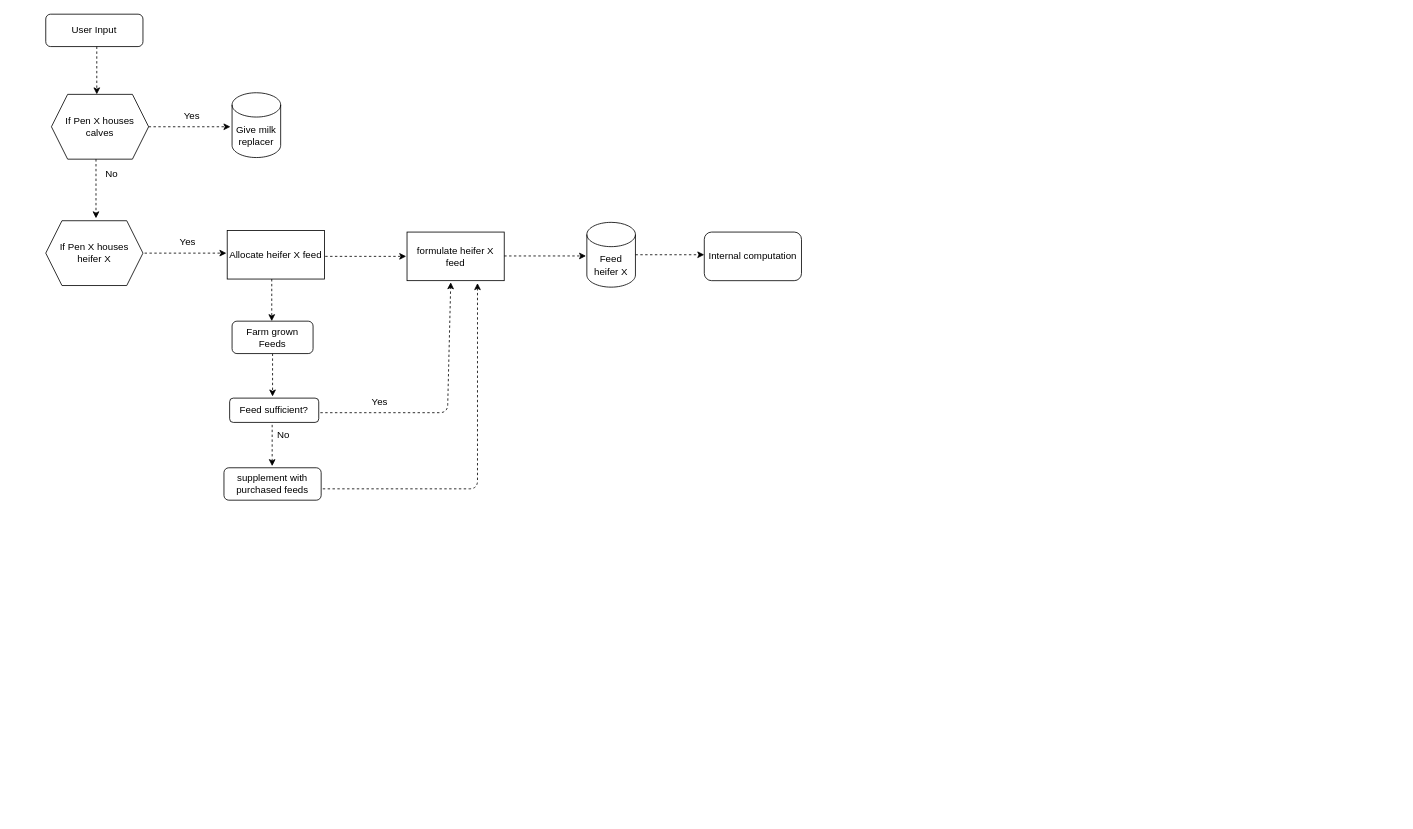
Before: newin.drawio in Victor-Oribamise/AnimalMachineLerning, a draw.io diagram. Source tidied: cells renumbered, new cells numbered last; positions are measured from the earlier drawing's top-left corner, leaving out a move shared by most shapes. Both pictures are drawn from the tidied source at 81%, with x=0, y=0 at pixel (45, 14).
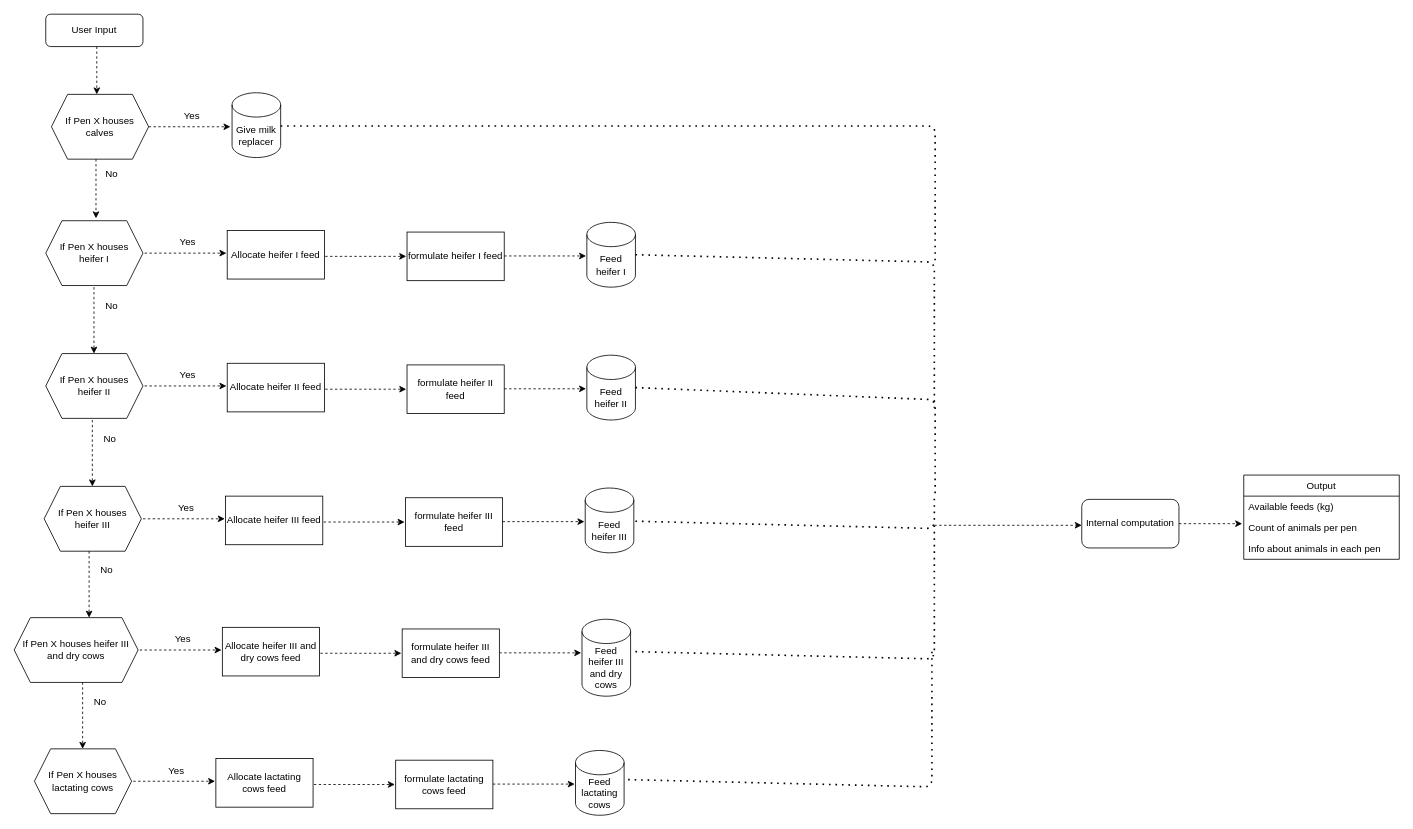
Above is the later version.

What changed in the source:
```diff
@@
-    <mxCell id="10" value="If Pen X houses heifer X" style="shape=hexagon;perimeter=hexagonPerimeter2;whiteSpace=wrap;html=1;fixedSize=1;" parent="1" vertex="1">
+    <mxCell id="10" value="If Pen X houses heifer I" style="shape=hexagon;perimeter=hexagonPerimeter2;whiteSpace=wrap;html=1;fixedSize=1;" parent="1" vertex="1">
       <mxGeometry y="255" width="120" height="80" as="geometry" />
     </mxCell>
@@
-    <mxCell id="13" value="Feed heifer X" style="shape=cylinder3;whiteSpace=wrap;html=1;boundedLbl=1;backgroundOutline=1;size=15;" parent="1" vertex="1">
+    <mxCell id="13" value="Feed heifer I" style="shape=cylinder3;whiteSpace=wrap;html=1;boundedLbl=1;backgroundOutline=1;size=15;" parent="1" vertex="1">
       <mxGeometry x="668" y="257" width="60" height="80" as="geometry" />
     </mxCell>
-    <mxCell id="14" value="Allocate heifer X feed" style="rounded=0;whiteSpace=wrap;html=1;" parent="1" vertex="1">
+    <mxCell id="14" value="Allocate heifer I feed" style="rounded=0;whiteSpace=wrap;html=1;" parent="1" vertex="1">
       <mxGeometry x="224" y="267" width="120" height="60" as="geometry" />
     </mxCell>
-    <mxCell id="15" style="endArrow=classic;html=1;dashed=1;" parent="1" edge="1">
-      <mxGeometry relative="1" as="geometry">
-        <mxPoint x="279.5" y="507" as="sourcePoint" />
-        <mxPoint x="279.5" y="558" as="targetPoint" />
-      </mxGeometry>
-    </mxCell>
-    <mxCell id="16" value="formulate heifer X feed" style="rounded=0;whiteSpace=wrap;html=1;" parent="1" vertex="1">
+    <mxCell id="16" value="formulate heifer I feed" style="rounded=0;whiteSpace=wrap;html=1;" parent="1" vertex="1">
       <mxGeometry x="446" y="269" width="120" height="60" as="geometry" />
     </mxCell>
@@
-    <mxCell id="18" style="endArrow=classic;html=1;dashed=1;entryX=0.45;entryY=1.033;entryDx=0;entryDy=0;entryPerimeter=0;" parent="1" edge="1" target="16">
-      <mxGeometry relative="1" as="geometry">
-        <mxPoint x="339" y="492" as="sourcePoint" />
-        <Array as="points">
-          <mxPoint x="496" y="492" />
-        </Array>
-      </mxGeometry>
-    </mxCell>
-    <mxCell id="19" style="endArrow=classic;html=1;dashed=1;exitX=0.5;exitY=1;exitDx=0;exitDy=0;" parent="1" edge="1" source="20">
-      <mxGeometry relative="1" as="geometry">
-        <mxPoint x="280" y="472" as="targetPoint" />
-      </mxGeometry>
-    </mxCell>
-    <mxCell id="20" value="Farm grown Feeds" style="rounded=1;whiteSpace=wrap;html=1;fontSize=12;glass=0;strokeWidth=1;shadow=0;rotation=0;" parent="1" vertex="1">
-      <mxGeometry x="230" y="379" width="100" height="40" as="geometry" />
-    </mxCell>
-    <mxCell id="21" value="supplement with purchased feeds" style="rounded=1;whiteSpace=wrap;html=1;fontSize=12;glass=0;strokeWidth=1;shadow=0;rotation=0;" parent="1" vertex="1">
-      <mxGeometry x="220" y="560" width="120" height="40" as="geometry" />
-    </mxCell>
-    <mxCell id="22" style="endArrow=classic;html=1;dashed=1;" parent="1" edge="1">
-      <mxGeometry relative="1" as="geometry">
-        <mxPoint x="279" y="327" as="sourcePoint" />
-        <mxPoint x="279" y="379" as="targetPoint" />
-      </mxGeometry>
-    </mxCell>
-    <mxCell id="23" value="Feed sufficient?" style="rounded=1;whiteSpace=wrap;html=1;" parent="1" vertex="1">
-      <mxGeometry x="227" y="474" width="110" height="30" as="geometry" />
-    </mxCell>
-    <mxCell id="24" value="Yes" style="text;html=1;align=center;verticalAlign=middle;strokeColor=none;" parent="1" vertex="1">
-      <mxGeometry x="397" y="470" width="30" height="18" as="geometry" />
-    </mxCell>
-    <mxCell id="25" value="No" style="text;html=1;align=center;verticalAlign=middle;strokeColor=none;" parent="1" vertex="1">
-      <mxGeometry x="280" y="511" width="26" height="18" as="geometry" />
-    </mxCell>
-    <mxCell id="26" style="endArrow=classic;html=1;dashed=1;" parent="1" edge="1">
-      <mxGeometry relative="1" as="geometry">
-        <mxPoint x="342" y="586" as="sourcePoint" />
-        <mxPoint x="533" y="332" as="targetPoint" />
-        <Array as="points">
-          <mxPoint x="533" y="586" />
-        </Array>
-      </mxGeometry>
-    </mxCell>
-    <mxCell id="27" style="endArrow=classic;html=1;dashed=1;exitX=1;exitY=0.5;exitDx=0;exitDy=0;exitPerimeter=0;" parent="1" edge="1" source="13">
-      <mxGeometry relative="1" as="geometry">
-        <mxPoint x="813" y="297" as="targetPoint" />
-      </mxGeometry>
-    </mxCell>
@@
     <mxCell id="29" value="Internal computation" style="rounded=1;whiteSpace=wrap;html=1;" parent="1" vertex="1">
-      <mxGeometry x="813" y="269" width="120" height="60" as="geometry" />
+      <mxGeometry x="1279" y="599" width="120" height="60" as="geometry" />
     </mxCell>
+    <mxCell id="30" value="No" style="text;html=1;align=center;verticalAlign=middle;strokeColor=none;" parent="1" vertex="1">
+      <mxGeometry x="68" y="352" width="26" height="18" as="geometry" />
+    </mxCell>
+    <mxCell id="31" value="If Pen X houses heifer II" style="shape=hexagon;perimeter=hexagonPerimeter2;whiteSpace=wrap;html=1;fixedSize=1;" parent="1" vertex="1">
+      <mxGeometry y="419" width="120" height="80" as="geometry" />
+    </mxCell>
+    <mxCell id="32" style="endArrow=classic;html=1;dashed=1;exitX=1;exitY=0.5;exitDx=0;exitDy=0;" parent="1" edge="1">
+      <mxGeometry relative="1" as="geometry">
+        <mxPoint x="122" y="459" as="sourcePoint" />
+        <mxPoint x="223" y="459" as="targetPoint" />
+      </mxGeometry>
+    </mxCell>
+    <mxCell id="33" value="Yes" style="text;html=1;align=center;verticalAlign=middle;strokeColor=none;" parent="1" vertex="1">
+      <mxGeometry x="160" y="437" width="30" height="18" as="geometry" />
+    </mxCell>
+    <mxCell id="34" value="Feed heifer II" style="shape=cylinder3;whiteSpace=wrap;html=1;boundedLbl=1;backgroundOutline=1;size=15;" parent="1" vertex="1">
+      <mxGeometry x="668" y="421" width="60" height="80" as="geometry" />
+    </mxCell>
+    <mxCell id="35" value="Allocate heifer II feed" style="rounded=0;whiteSpace=wrap;html=1;" parent="1" vertex="1">
+      <mxGeometry x="224" y="431" width="120" height="60" as="geometry" />
+    </mxCell>
+    <mxCell id="36" value="formulate heifer II feed" style="rounded=0;whiteSpace=wrap;html=1;" parent="1" vertex="1">
+      <mxGeometry x="446" y="433" width="120" height="60" as="geometry" />
+    </mxCell>
+    <mxCell id="37" style="endArrow=classic;html=1;dashed=1;exitX=1;exitY=0.5;exitDx=0;exitDy=0;" parent="1" edge="1">
+      <mxGeometry relative="1" as="geometry">
+        <mxPoint x="566" y="462.5" as="sourcePoint" />
+        <mxPoint x="667" y="462.5" as="targetPoint" />
+      </mxGeometry>
+    </mxCell>
+    <mxCell id="38" style="endArrow=classic;html=1;dashed=1;" parent="1" edge="1">
+      <mxGeometry relative="1" as="geometry">
+        <mxPoint x="345" y="463" as="sourcePoint" />
+        <mxPoint x="445" y="463" as="targetPoint" />
+      </mxGeometry>
+    </mxCell>
+    <mxCell id="39" style="endArrow=classic;html=1;dashed=1;" parent="1" edge="1">
+      <mxGeometry relative="1" as="geometry">
+        <mxPoint x="59.5" y="337" as="sourcePoint" />
+        <mxPoint x="59.5" y="419" as="targetPoint" />
+      </mxGeometry>
+    </mxCell>
+    <mxCell id="40" value="No" style="text;html=1;align=center;verticalAlign=middle;strokeColor=none;" parent="1" vertex="1">
+      <mxGeometry x="66" y="516" width="26" height="18" as="geometry" />
+    </mxCell>
+    <mxCell id="41" value="If Pen X houses heifer III" style="shape=hexagon;perimeter=hexagonPerimeter2;whiteSpace=wrap;html=1;fixedSize=1;" parent="1" vertex="1">
+      <mxGeometry x="-2" y="583" width="120" height="80" as="geometry" />
+    </mxCell>
+    <mxCell id="42" style="endArrow=classic;html=1;dashed=1;exitX=1;exitY=0.5;exitDx=0;exitDy=0;" parent="1" edge="1">
+      <mxGeometry relative="1" as="geometry">
+        <mxPoint x="120" y="623" as="sourcePoint" />
+        <mxPoint x="221" y="623" as="targetPoint" />
+      </mxGeometry>
+    </mxCell>
+    <mxCell id="43" value="Yes" style="text;html=1;align=center;verticalAlign=middle;strokeColor=none;" parent="1" vertex="1">
+      <mxGeometry x="158" y="601" width="30" height="18" as="geometry" />
+    </mxCell>
+    <mxCell id="44" value="Feed heifer III" style="shape=cylinder3;whiteSpace=wrap;html=1;boundedLbl=1;backgroundOutline=1;size=15;" parent="1" vertex="1">
+      <mxGeometry x="666" y="585" width="60" height="80" as="geometry" />
+    </mxCell>
+    <mxCell id="45" value="Allocate heifer III feed" style="rounded=0;whiteSpace=wrap;html=1;" parent="1" vertex="1">
+      <mxGeometry x="222" y="595" width="120" height="60" as="geometry" />
+    </mxCell>
+    <mxCell id="46" value="formulate heifer III feed" style="rounded=0;whiteSpace=wrap;html=1;" parent="1" vertex="1">
+      <mxGeometry x="444" y="597" width="120" height="60" as="geometry" />
+    </mxCell>
+    <mxCell id="47" style="endArrow=classic;html=1;dashed=1;exitX=1;exitY=0.5;exitDx=0;exitDy=0;" parent="1" edge="1">
+      <mxGeometry relative="1" as="geometry">
+        <mxPoint x="564" y="626.5" as="sourcePoint" />
+        <mxPoint x="665" y="626.5" as="targetPoint" />
+      </mxGeometry>
+    </mxCell>
+    <mxCell id="48" style="endArrow=classic;html=1;dashed=1;" parent="1" edge="1">
+      <mxGeometry relative="1" as="geometry">
+        <mxPoint x="343" y="627" as="sourcePoint" />
+        <mxPoint x="443" y="627" as="targetPoint" />
+      </mxGeometry>
+    </mxCell>
+    <mxCell id="49" style="endArrow=classic;html=1;dashed=1;" parent="1" edge="1">
+      <mxGeometry relative="1" as="geometry">
+        <mxPoint x="57.5" y="501" as="sourcePoint" />
+        <mxPoint x="57.5" y="583" as="targetPoint" />
+      </mxGeometry>
+    </mxCell>
+    <mxCell id="50" value="No" style="text;html=1;align=center;verticalAlign=middle;strokeColor=none;" parent="1" vertex="1">
+      <mxGeometry x="62" y="678" width="26" height="18" as="geometry" />
+    </mxCell>
+    <mxCell id="51" value="If Pen X houses heifer III and dry cows" style="shape=hexagon;perimeter=hexagonPerimeter2;whiteSpace=wrap;html=1;fixedSize=1;" parent="1" vertex="1">
+      <mxGeometry x="-39" y="745" width="153" height="80" as="geometry" />
+    </mxCell>
+    <mxCell id="52" style="endArrow=classic;html=1;dashed=1;exitX=1;exitY=0.5;exitDx=0;exitDy=0;" parent="1" edge="1">
+      <mxGeometry relative="1" as="geometry">
+        <mxPoint x="116" y="785" as="sourcePoint" />
+        <mxPoint x="217" y="785" as="targetPoint" />
+      </mxGeometry>
+    </mxCell>
+    <mxCell id="53" value="Yes" style="text;html=1;align=center;verticalAlign=middle;strokeColor=none;" parent="1" vertex="1">
+      <mxGeometry x="154" y="763" width="30" height="18" as="geometry" />
+    </mxCell>
+    <mxCell id="54" value="Feed heifer III and dry cows" style="shape=cylinder3;whiteSpace=wrap;html=1;boundedLbl=1;backgroundOutline=1;size=15;" parent="1" vertex="1">
+      <mxGeometry x="662" y="747" width="60" height="95" as="geometry" />
+    </mxCell>
+    <mxCell id="55" value="Allocate heifer III and dry cows feed" style="rounded=0;whiteSpace=wrap;html=1;" parent="1" vertex="1">
+      <mxGeometry x="218" y="757" width="120" height="60" as="geometry" />
+    </mxCell>
+    <mxCell id="56" value="formulate heifer III and dry cows feed" style="rounded=0;whiteSpace=wrap;html=1;" parent="1" vertex="1">
+      <mxGeometry x="440" y="759" width="120" height="60" as="geometry" />
+    </mxCell>
+    <mxCell id="57" style="endArrow=classic;html=1;dashed=1;exitX=1;exitY=0.5;exitDx=0;exitDy=0;" parent="1" edge="1">
+      <mxGeometry relative="1" as="geometry">
+        <mxPoint x="560" y="788.5" as="sourcePoint" />
+        <mxPoint x="661" y="788.5" as="targetPoint" />
+      </mxGeometry>
+    </mxCell>
+    <mxCell id="58" style="endArrow=classic;html=1;dashed=1;" parent="1" edge="1">
+      <mxGeometry relative="1" as="geometry">
+        <mxPoint x="339" y="789" as="sourcePoint" />
+        <mxPoint x="439" y="789" as="targetPoint" />
+      </mxGeometry>
+    </mxCell>
+    <mxCell id="59" style="endArrow=classic;html=1;dashed=1;" parent="1" edge="1">
+      <mxGeometry relative="1" as="geometry">
+        <mxPoint x="53.5" y="663" as="sourcePoint" />
+        <mxPoint x="53.5" y="745" as="targetPoint" />
+      </mxGeometry>
+    </mxCell>
+    <mxCell id="60" value="No" style="text;html=1;align=center;verticalAlign=middle;strokeColor=none;" parent="1" vertex="1">
+      <mxGeometry x="54" y="840" width="26" height="18" as="geometry" />
+    </mxCell>
+    <mxCell id="61" value="If Pen X houses lactating cows" style="shape=hexagon;perimeter=hexagonPerimeter2;whiteSpace=wrap;html=1;fixedSize=1;" parent="1" vertex="1">
+      <mxGeometry x="-14" y="907" width="120" height="80" as="geometry" />
+    </mxCell>
+    <mxCell id="62" style="endArrow=classic;html=1;dashed=1;exitX=1;exitY=0.5;exitDx=0;exitDy=0;" parent="1" edge="1">
+      <mxGeometry relative="1" as="geometry">
+        <mxPoint x="108" y="947" as="sourcePoint" />
+        <mxPoint x="209" y="947" as="targetPoint" />
+      </mxGeometry>
+    </mxCell>
+    <mxCell id="63" value="Yes" style="text;html=1;align=center;verticalAlign=middle;strokeColor=none;" parent="1" vertex="1">
+      <mxGeometry x="146" y="925" width="30" height="18" as="geometry" />
+    </mxCell>
+    <mxCell id="64" value="Feed lactating cows" style="shape=cylinder3;whiteSpace=wrap;html=1;boundedLbl=1;backgroundOutline=1;size=15;" parent="1" vertex="1">
+      <mxGeometry x="654" y="909" width="60" height="80" as="geometry" />
+    </mxCell>
+    <mxCell id="65" value="Allocate lactating cows feed" style="rounded=0;whiteSpace=wrap;html=1;" parent="1" vertex="1">
+      <mxGeometry x="210" y="919" width="120" height="60" as="geometry" />
+    </mxCell>
+    <mxCell id="66" value="formulate lactating cows feed" style="rounded=0;whiteSpace=wrap;html=1;" parent="1" vertex="1">
+      <mxGeometry x="432" y="921" width="120" height="60" as="geometry" />
+    </mxCell>
+    <mxCell id="67" style="endArrow=classic;html=1;dashed=1;exitX=1;exitY=0.5;exitDx=0;exitDy=0;" parent="1" edge="1">
+      <mxGeometry relative="1" as="geometry">
+        <mxPoint x="552" y="950.5" as="sourcePoint" />
+        <mxPoint x="653" y="950.5" as="targetPoint" />
+      </mxGeometry>
+    </mxCell>
+    <mxCell id="68" style="endArrow=classic;html=1;dashed=1;" parent="1" edge="1">
+      <mxGeometry relative="1" as="geometry">
+        <mxPoint x="331" y="951" as="sourcePoint" />
+        <mxPoint x="431" y="951" as="targetPoint" />
+      </mxGeometry>
+    </mxCell>
+    <mxCell id="69" style="endArrow=classic;html=1;dashed=1;" parent="1" edge="1">
+      <mxGeometry relative="1" as="geometry">
+        <mxPoint x="45.5" y="825" as="sourcePoint" />
+        <mxPoint x="45.5" y="907" as="targetPoint" />
+      </mxGeometry>
+    </mxCell>
+    <mxCell id="70" style="endArrow=none;dashed=1;html=1;dashPattern=1 3;strokeWidth=2;exitX=1;exitY=0.5;exitDx=0;exitDy=0;exitPerimeter=0;" parent="1" edge="1" source="13">
+      <mxGeometry relative="1" as="geometry">
+        <mxPoint x="1097" y="486" as="targetPoint" />
+        <Array as="points">
+          <mxPoint x="1097" y="306" />
+        </Array>
+      </mxGeometry>
+    </mxCell>
+    <mxCell id="71" style="endArrow=none;dashed=1;html=1;dashPattern=1 3;strokeWidth=2;exitX=1;exitY=0.5;exitDx=0;exitDy=0;exitPerimeter=0;" parent="1" edge="1" source="34">
+      <mxGeometry relative="1" as="geometry">
+        <mxPoint x="1098" y="593" as="targetPoint" />
+        <Array as="points">
+          <mxPoint x="1098" y="476" />
+        </Array>
+      </mxGeometry>
+    </mxCell>
+    <mxCell id="72" style="endArrow=none;dashed=1;html=1;dashPattern=1 3;strokeWidth=2;exitX=1;exitY=0.5;exitDx=0;exitDy=0;exitPerimeter=0;" parent="1" edge="1">
+      <mxGeometry relative="1" as="geometry">
+        <mxPoint x="728" y="626" as="sourcePoint" />
+        <mxPoint x="1097" y="592" as="targetPoint" />
+        <Array as="points">
+          <mxPoint x="1097" y="635" />
+        </Array>
+      </mxGeometry>
+    </mxCell>
+    <mxCell id="73" style="endArrow=none;dashed=1;html=1;dashPattern=1 3;strokeWidth=2;exitX=1;exitY=0.5;exitDx=0;exitDy=0;exitPerimeter=0;" parent="1" edge="1">
+      <mxGeometry relative="1" as="geometry">
+        <mxPoint x="728" y="787" as="sourcePoint" />
+        <mxPoint x="1097" y="627" as="targetPoint" />
+        <Array as="points">
+          <mxPoint x="1097" y="796" />
+        </Array>
+      </mxGeometry>
+    </mxCell>
+    <mxCell id="74" style="endArrow=none;dashed=1;html=1;dashPattern=1 3;strokeWidth=2;exitX=1;exitY=0.5;exitDx=0;exitDy=0;exitPerimeter=0;" parent="1" edge="1">
+      <mxGeometry relative="1" as="geometry">
+        <mxPoint x="719" y="945" as="sourcePoint" />
+        <mxPoint x="1094" y="787" as="targetPoint" />
+        <Array as="points">
+          <mxPoint x="1094" y="954" />
+        </Array>
+      </mxGeometry>
+    </mxCell>
+    <mxCell id="75" style="endArrow=classic;html=1;dashed=1;" parent="1" edge="1">
+      <mxGeometry relative="1" as="geometry">
+        <mxPoint x="1097" y="631" as="sourcePoint" />
+        <mxPoint x="1279" y="631" as="targetPoint" />
+      </mxGeometry>
+    </mxCell>
+    <mxCell id="76" style="endArrow=classic;html=1;dashed=1;exitX=1;exitY=0.5;exitDx=0;exitDy=0;" parent="1" edge="1" source="29">
+      <mxGeometry relative="1" as="geometry">
+        <mxPoint x="1477" y="629" as="targetPoint" />
+      </mxGeometry>
+    </mxCell>
+    <mxCell id="77" value="Output" style="swimlane;fontStyle=0;horizontal=1;startSize=26;" parent="1" vertex="1">
+      <mxGeometry x="1479" y="569" width="192" height="104" as="geometry" />
+    </mxCell>
+    <mxCell id="78" value="Available feeds (kg)" style="text;strokeColor=none;fillColor=none;align=left;verticalAlign=top;spacingLeft=4;spacingRight=4;overflow=hidden;" parent="77" vertex="1">
+      <mxGeometry y="26" width="192" height="26" as="geometry" />
+    </mxCell>
+    <mxCell id="79" value="Count of animals per pen" style="text;strokeColor=none;fillColor=none;align=left;verticalAlign=top;spacingLeft=4;spacingRight=4;overflow=hidden;" parent="77" vertex="1">
+      <mxGeometry y="52" width="192" height="26" as="geometry" />
+    </mxCell>
+    <mxCell id="80" value="Info about animals in each pen" style="text;strokeColor=none;fillColor=none;align=left;verticalAlign=top;spacingLeft=4;spacingRight=4;overflow=hidden;" parent="77" vertex="1">
+      <mxGeometry y="78" width="192" height="26" as="geometry" />
+    </mxCell>
+    <mxCell id="81" style="endArrow=none;dashed=1;html=1;dashPattern=1 3;strokeWidth=2;exitX=1;exitY=0.5;exitDx=0;exitDy=0;exitPerimeter=0;" parent="1" edge="1">
+      <mxGeometry relative="1" as="geometry">
+        <mxPoint x="290" y="138" as="sourcePoint" />
+        <mxPoint x="1098" y="308" as="targetPoint" />
+        <Array as="points">
+          <mxPoint x="1098" y="138" />
+        </Array>
+      </mxGeometry>
+    </mxCell>
```
